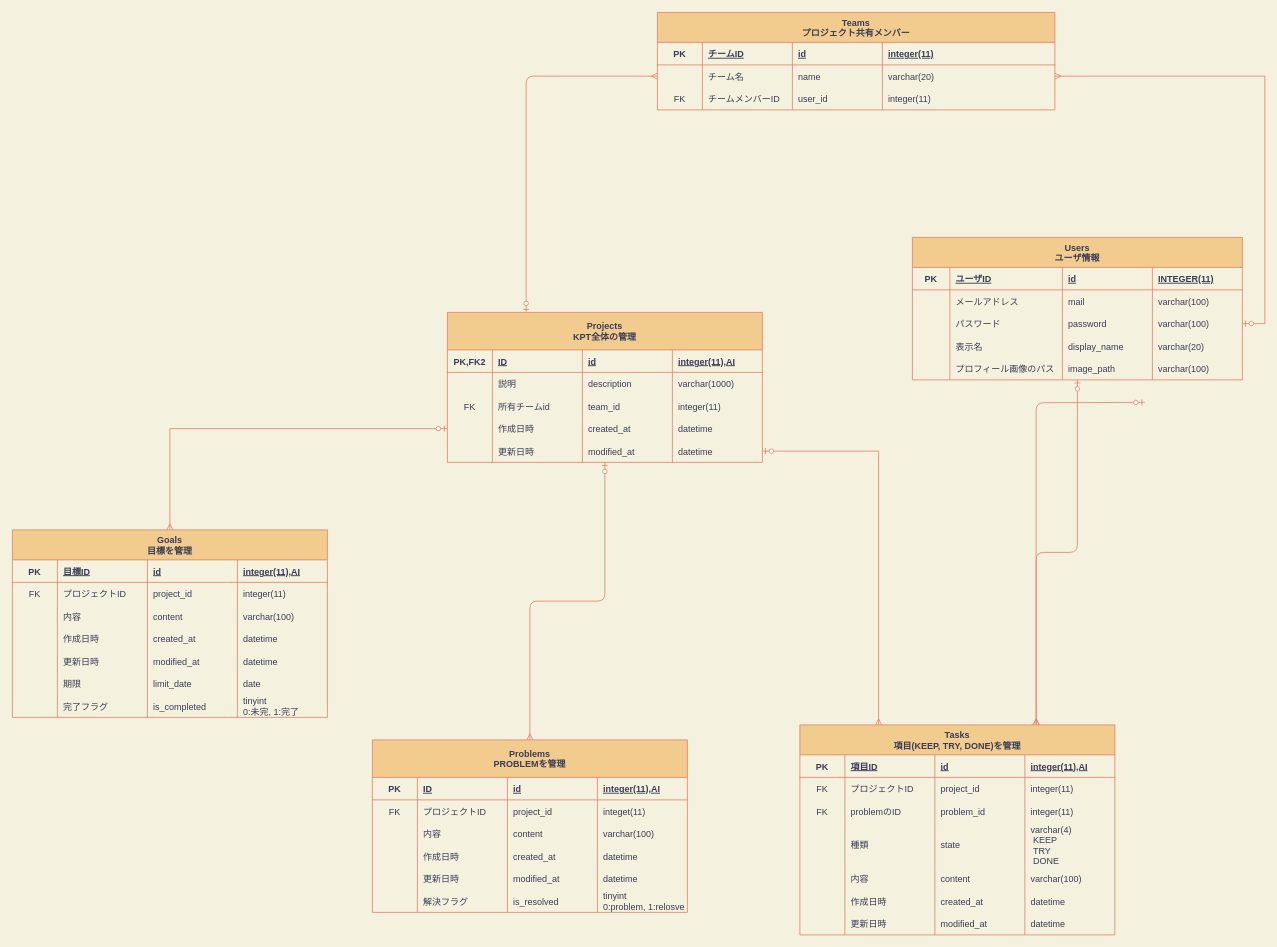
Earlier version of the draw.io diagram database_er_diagram.drawio (nanas773/kpt-design). Source tidied: cells renumbered, new cells numbered last; positions are measured from the earlier drawing's top-left corner, leaving out a move shared by most shapes. Both pictures are drawn from the tidied source at 75%, with x=0, y=0 at pixel (12, 12).
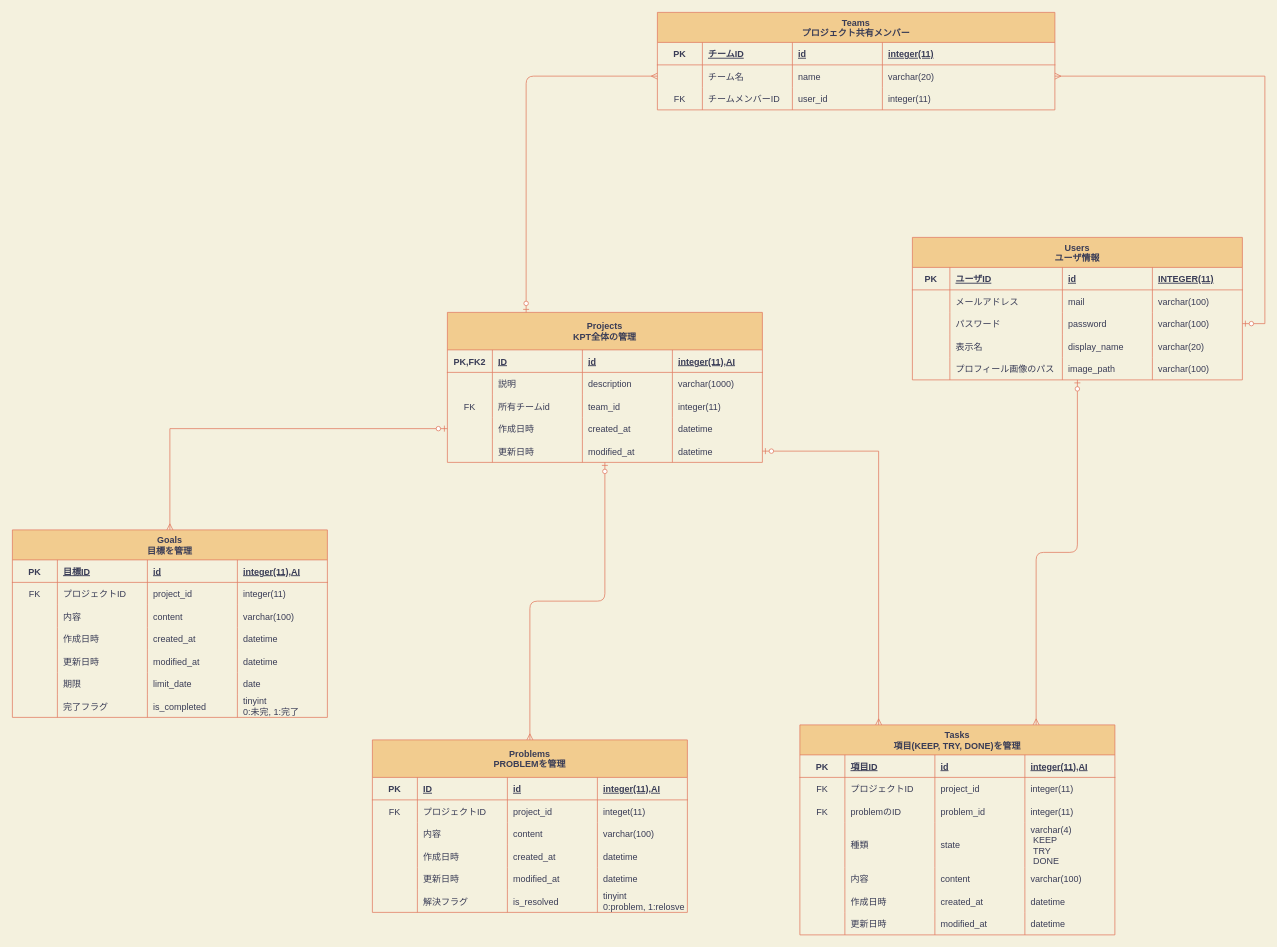
Above is the later version.

Commit message:
Fix: リレーション不良修正

The change refers to these unchanged cells:
```xml
<mxCell id="49" value="Tasks&#10;項目(KEEP, TRY, DONE)を管理" style="shape=table;startSize=40;childLayout=tableLayout;rowLines=0;fontStyle=1;align=center;fillColor=#F2CC8F;strokeColor=#E07A5F;fontColor=#393C56;" parent="1" vertex="1">
  <mxGeometry x="1050" y="950" width="420" height="280" as="geometry" />
</mxCell>
```

Diff of the diagram source:
```diff
@@
-    <mxCell id="2" style="edgeStyle=orthogonalEdgeStyle;curved=0;rounded=1;sketch=0;jettySize=auto;html=1;entryX=0.75;entryY=0;entryDx=0;entryDy=0;startArrow=ERzeroToOne;startFill=1;endArrow=ERmany;endFill=0;strokeColor=#E07A5F;fillColor=#F2CC8F;fontColor=#393C56;exitX=0.399;exitY=1.011;exitDx=0;exitDy=0;exitPerimeter=0;labelBackgroundColor=#F4F1DE;" parent="1" edge="1" target="49">
-      <mxGeometry relative="1" as="geometry">
-        <mxPoint x="1510" y="520" as="sourcePoint" />
-      </mxGeometry>
-    </mxCell>
```
